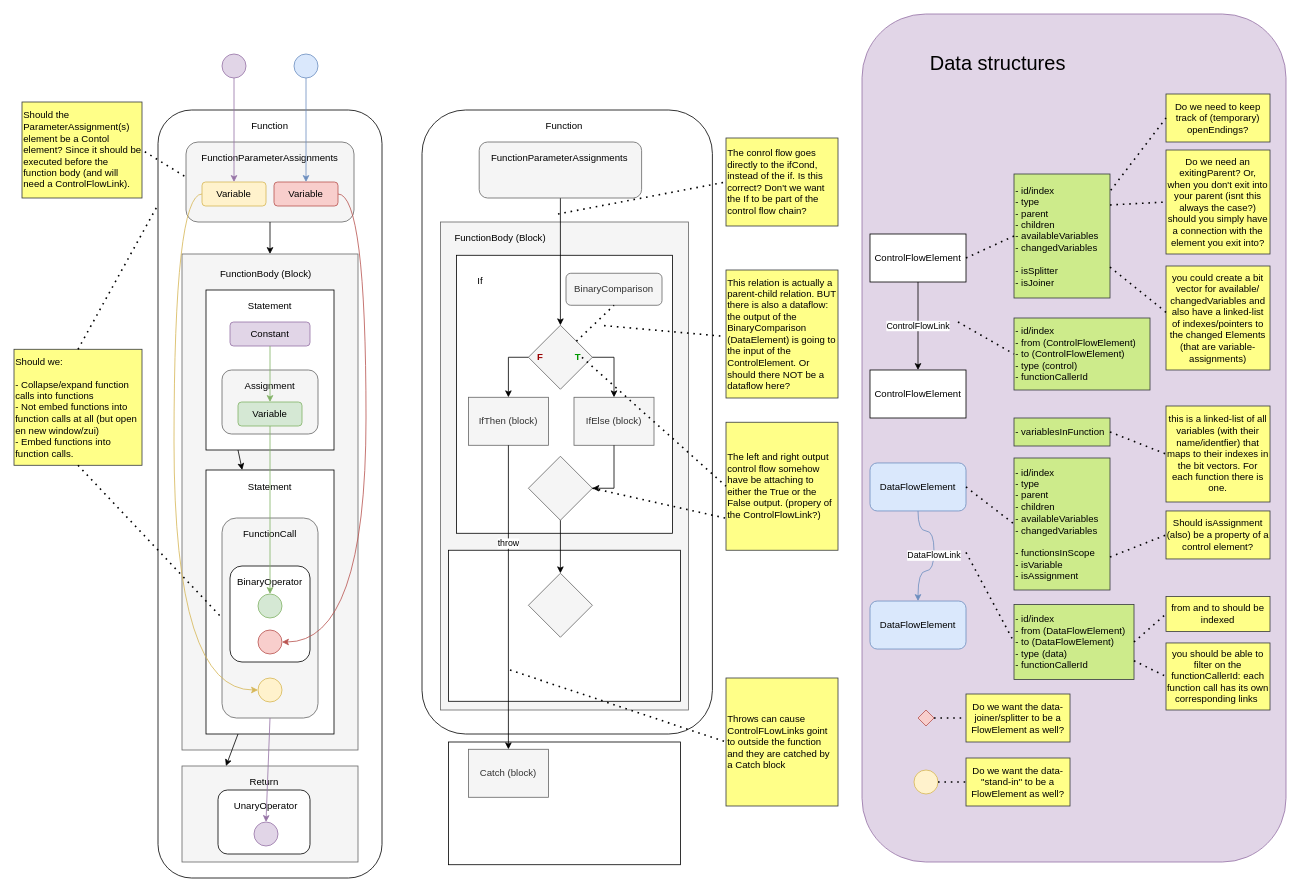
This is doc/flowify_algoritm_and_data_structures.drawio from visual-trials/flowify, a draw.io file, before an edit. Source tidied: cells renumbered, new cells numbered last; positions are measured from the earlier drawing's top-left corner, leaving out a move shared by most shapes. Both pictures are drawn from the tidied source at 80%, with x=0, y=0 at pixel (14, 14).
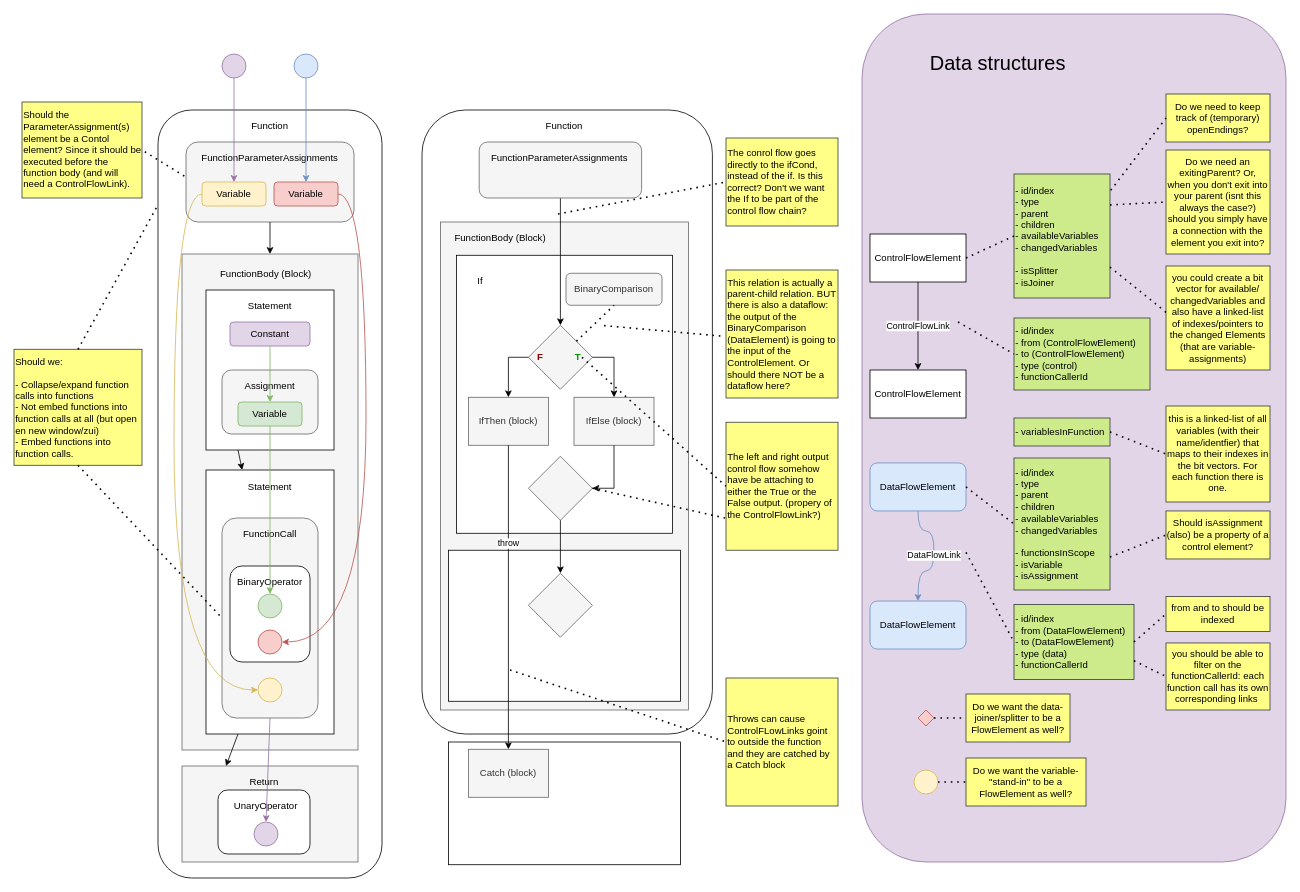
The same page after the edit.

Change to the diagram source:
```diff
@@
-    <mxCell id="63" value="Do we want the data-&quot;stand-in&quot; to be a FlowElement as well?" style="rounded=0;whiteSpace=wrap;html=1;fillColor=#ffff88;strokeColor=#36393d;" parent="1" vertex="1">
-      <mxGeometry x="1190" y="930" width="130" height="60" as="geometry" />
+    <mxCell id="63" value="Do we want the variable-&quot;stand-in&quot; to be a FlowElement as well?" style="rounded=0;whiteSpace=wrap;html=1;fillColor=#ffff88;strokeColor=#36393d;" parent="1" vertex="1">
+      <mxGeometry x="1190" y="930" width="150" height="60" as="geometry" />
     </mxCell>
```
